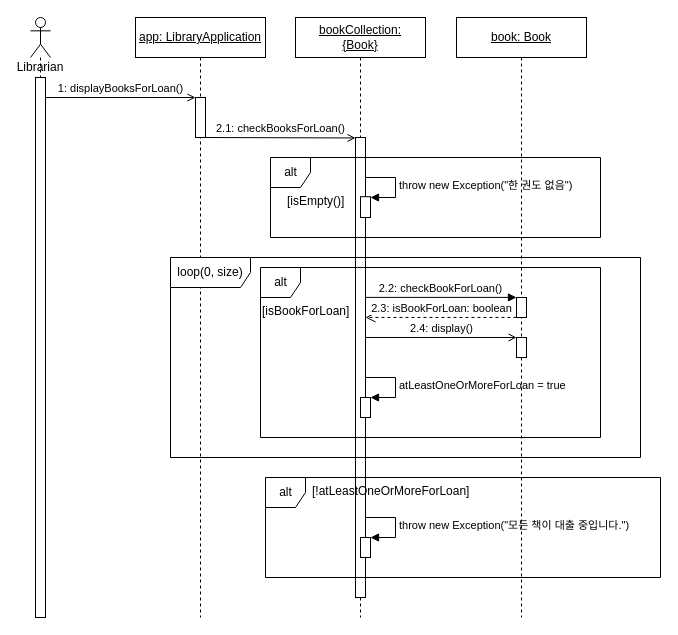
Above: UML/SD3 Display books for loan.drawio in Halozhan/2023-2-LibraryApplication (draw.io), before the change. Source tidied: cells renumbered, new cells numbered last; positions are measured from the earlier drawing's top-left corner, leaving out a move shared by most shapes. Both pictures are drawn from the tidied source at 100%, with x=0, y=0 at pixel (30, 17).
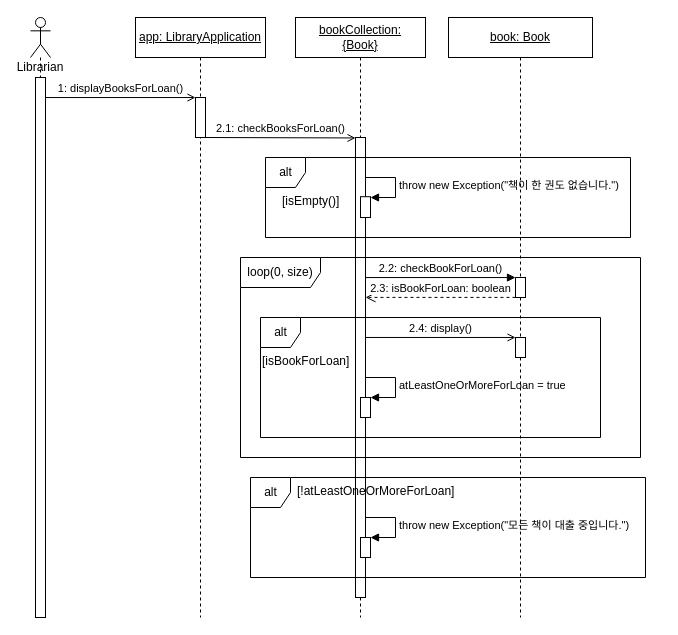
Above is the later version.

Unchanged cells that the change refers to:
```xml
<mxCell id="7" value="&lt;u&gt;bookCollection:&lt;br&gt;{Book}&lt;/u&gt;" style="shape=umlLifeline;perimeter=lifelinePerimeter;whiteSpace=wrap;html=1;" parent="1" vertex="1">
  <mxGeometry x="265" width="130" height="600" as="geometry" />
</mxCell>
<mxCell id="8" style="html=1;points=[];perimeter=orthogonalPerimeter;" parent="7" vertex="1">
  <mxGeometry x="60" y="120" width="10" height="460" as="geometry" />
</mxCell>
<mxCell id="9" style="html=1;points=[[0,0,0,0,5],[0,1,0,0,-5],[1,0,0,0,5],[1,1,0,0,-5]];perimeter=orthogonalPerimeter;outlineConnect=0;targetShapes=umlLifeline;portConstraint=eastwest;newEdgeStyle={&quot;curved&quot;:0,&quot;rounded&quot;:0};" parent="7" vertex="1">
  <mxGeometry x="65" y="179.2" width="10" height="20.8" as="geometry" />
</mxCell>
```

What changed in the source:
```diff
@@
-    <mxCell id="10" value="throw new Exception(&quot;한 권도 없음&quot;)" style="html=1;align=left;spacingLeft=2;endArrow=block;rounded=0;edgeStyle=orthogonalEdgeStyle;curved=0;rounded=0;" parent="7" edge="1" source="8" target="9">
+    <mxCell id="10" value="throw new Exception(&quot;책이 한 권도 없습니다.&quot;)" style="html=1;align=left;spacingLeft=2;endArrow=block;rounded=0;edgeStyle=orthogonalEdgeStyle;curved=0;rounded=0;" parent="7" edge="1" source="8" target="9">
       <mxGeometry relative="1" as="geometry">
         <Array as="points">
           <mxPoint x="100" y="160" />
           <mxPoint x="100" y="180" />
         </Array>
       </mxGeometry>
     </mxCell>
@@
     <mxCell id="15" value="&lt;u style=&quot;&quot;&gt;book: Book&lt;/u&gt;" style="shape=umlLifeline;perimeter=lifelinePerimeter;whiteSpace=wrap;html=1;" parent="1" vertex="1">
-      <mxGeometry x="426" width="130" height="600" as="geometry" />
+      <mxGeometry x="418" width="144" height="600" as="geometry" />
     </mxCell>
     <mxCell id="16" style="html=1;points=[];perimeter=orthogonalPerimeter;" parent="15" vertex="1">
-      <mxGeometry x="60" y="280" width="10" height="20" as="geometry" />
+      <mxGeometry x="67" y="260" width="10" height="20" as="geometry" />
     </mxCell>
     <mxCell id="17" style="html=1;points=[];perimeter=orthogonalPerimeter;" parent="15" vertex="1">
-      <mxGeometry x="60" y="320" width="10" height="20" as="geometry" />
+      <mxGeometry x="67" y="320" width="10" height="20" as="geometry" />
     </mxCell>
@@
-    <mxCell id="20" value="2.3: isBookForLoan: boolean" style="html=1;verticalAlign=bottom;endArrow=open;dashed=1;endSize=8;exitX=-0.005;exitY=0.997;exitDx=0;exitDy=0;exitPerimeter=0;" parent="1" edge="1" source="16" target="8">
+    <mxCell id="20" value="2.3: isBookForLoan: boolean" style="html=1;verticalAlign=bottom;endArrow=open;dashed=1;endSize=8;exitX=-0.002;exitY=0.995;exitDx=0;exitDy=0;exitPerimeter=0;" parent="1" edge="1" source="16" target="8">
       <mxGeometry relative="1" as="geometry" />
     </mxCell>
@@
-    <mxCell id="22" value="2.2: checkBookForLoan()" style="html=1;verticalAlign=bottom;endArrow=block;entryX=-0.005;entryY=-0.005;entryDx=0;entryDy=0;entryPerimeter=0;" parent="1" edge="1" source="8" target="16">
+    <mxCell id="22" value="2.2: checkBookForLoan()" style="html=1;verticalAlign=bottom;endArrow=block;entryX=-0.002;entryY=0.003;entryDx=0;entryDy=0;entryPerimeter=0;" parent="1" edge="1" source="8" target="16">
       <mxGeometry relative="1" as="geometry" />
     </mxCell>
+    <mxCell id="28" value="alt" style="shape=umlFrame;tabWidth=110;tabHeight=30;tabPosition=left;html=1;boundedLbl=1;labelInHeader=1;width=40;height=30;" parent="1" vertex="1">
+      <mxGeometry x="220" y="460" width="395" height="100" as="geometry" />
+    </mxCell>
+    <mxCell id="29" value="[!atLeastOneOrMoreForLoan]" style="text;" parent="28" vertex="1">
+      <mxGeometry width="100" height="20" relative="1" as="geometry">
+        <mxPoint x="45" as="offset" />
+      </mxGeometry>
+    </mxCell>
+    <mxCell id="26" value="alt" style="shape=umlFrame;tabWidth=110;tabHeight=30;tabPosition=left;html=1;boundedLbl=1;labelInHeader=1;width=40;height=30;" parent="1" vertex="1">
+      <mxGeometry x="235" y="140" width="365" height="80" as="geometry" />
+    </mxCell>
+    <mxCell id="27" value="[isEmpty()]" style="text;" parent="26" vertex="1">
+      <mxGeometry width="100" height="20" relative="1" as="geometry">
+        <mxPoint x="15" y="30" as="offset" />
+      </mxGeometry>
+    </mxCell>
     <mxCell id="23" value="loop(0, size)" style="shape=umlFrame;whiteSpace=wrap;html=1;width=80;height=30;" parent="1" vertex="1">
-      <mxGeometry x="140" y="240" width="470" height="200" as="geometry" />
+      <mxGeometry x="210" y="240" width="400" height="200" as="geometry" />
     </mxCell>
     <mxCell id="24" value="alt" style="shape=umlFrame;tabWidth=110;tabHeight=30;tabPosition=left;html=1;boundedLbl=1;labelInHeader=1;width=40;height=30;" parent="1" vertex="1">
-      <mxGeometry x="230" y="250" width="340" height="170" as="geometry" />
+      <mxGeometry x="230" y="300" width="340" height="120" as="geometry" />
     </mxCell>
@@
-    <mxCell id="26" value="alt" style="shape=umlFrame;tabWidth=110;tabHeight=30;tabPosition=left;html=1;boundedLbl=1;labelInHeader=1;width=40;height=30;" parent="1" vertex="1">
-      <mxGeometry x="240" y="140" width="330" height="80" as="geometry" />
-    </mxCell>
-    <mxCell id="27" value="[isEmpty()]" style="text;" parent="26" vertex="1">
-      <mxGeometry width="100" height="20" relative="1" as="geometry">
-        <mxPoint x="15" y="30" as="offset" />
-      </mxGeometry>
-    </mxCell>
-    <mxCell id="28" value="alt" style="shape=umlFrame;tabWidth=110;tabHeight=30;tabPosition=left;html=1;boundedLbl=1;labelInHeader=1;width=40;height=30;" parent="1" vertex="1">
-      <mxGeometry x="235" y="460" width="395" height="100" as="geometry" />
-    </mxCell>
-    <mxCell id="29" value="[!atLeastOneOrMoreForLoan]" style="text;" parent="28" vertex="1">
-      <mxGeometry width="100" height="20" relative="1" as="geometry">
-        <mxPoint x="45" as="offset" />
-      </mxGeometry>
-    </mxCell>
```
